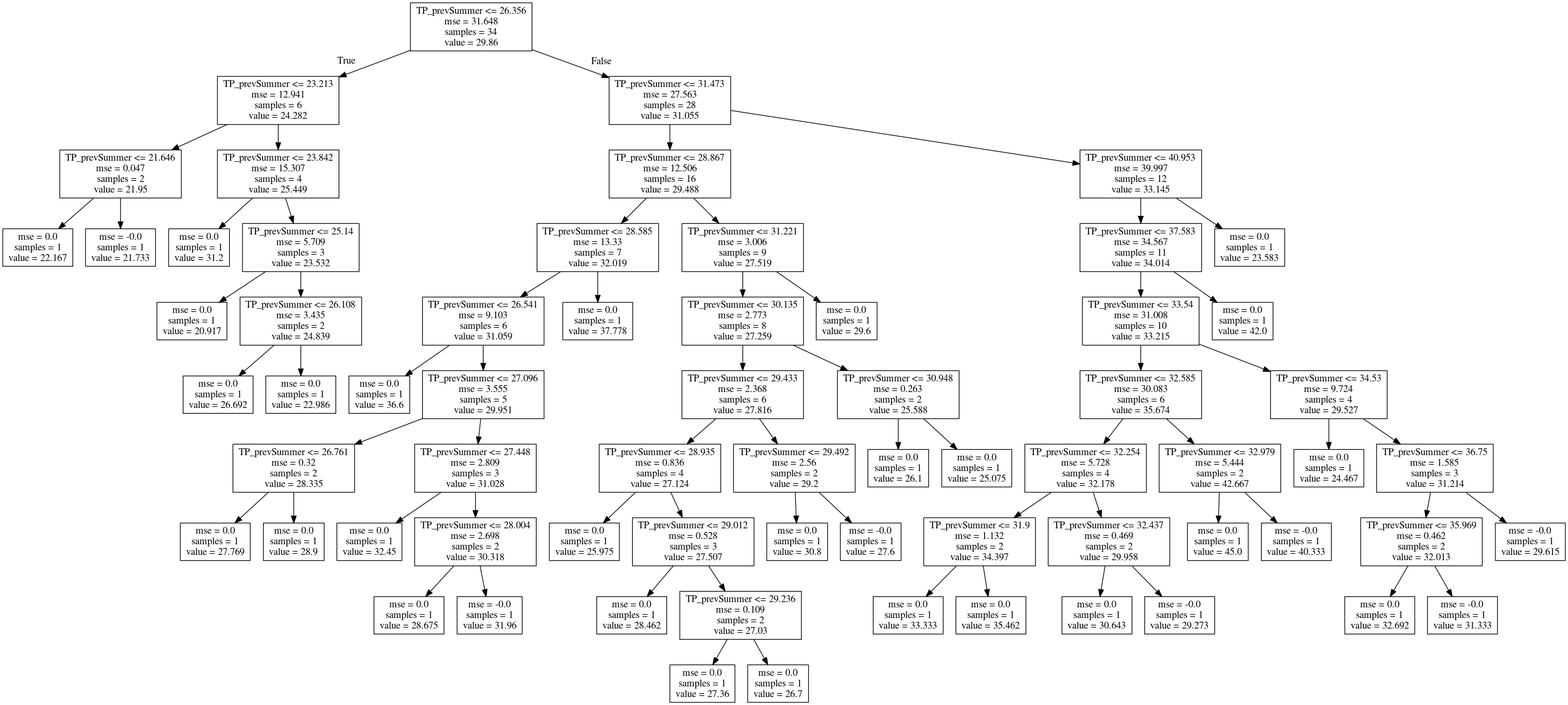
icra/WATExR keeps this Graphviz diagram as Norway_Morsa/Model_Development/Figures/Discretization_regTrees/summ_TP-TP_prevSummer.png. Above is the earlier version. Its source is kept beside it as Norway_Morsa/Model_Development/Figures/Discretization_regTrees/summ_TP-TP_prevSummer.dot.
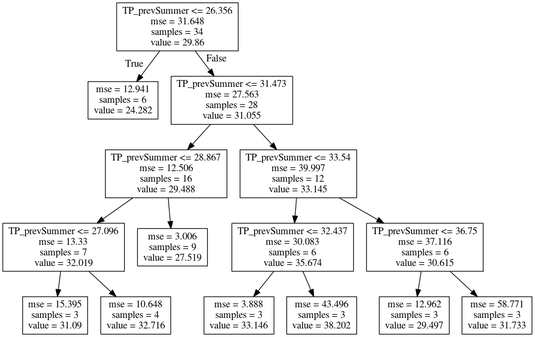
The same file after the commit.

What changed in the source:
```diff
@@ -1,136 +1,32 @@
 digraph Tree {
 node [shape=box] ;
 0 [label="TP_prevSummer <= 26.356\nmse = 31.648\nsamples = 34\nvalue = 29.86"] ;
-1 [label="TP_prevSummer <= 23.213\nmse = 12.941\nsamples = 6\nvalue = 24.282"] ;
+1 [label="mse = 12.941\nsamples = 6\nvalue = 24.282"] ;
 0 -> 1 [labeldistance=2.5, labelangle=45, headlabel="True"] ;
-2 [label="TP_prevSummer <= 21.646\nmse = 0.047\nsamples = 2\nvalue = 21.95"] ;
-1 -> 2 ;
-3 [label="mse = 0.0\nsamples = 1\nvalue = 22.167"] ;
+2 [label="TP_prevSummer <= 31.473\nmse = 27.563\nsamples = 28\nvalue = 31.055"] ;
+0 -> 2 [labeldistance=2.5, labelangle=-45, headlabel="False"] ;
+3 [label="TP_prevSummer <= 28.867\nmse = 12.506\nsamples = 16\nvalue = 29.488"] ;
 2 -> 3 ;
-4 [label="mse = -0.0\nsamples = 1\nvalue = 21.733"] ;
+5 [label="TP_prevSummer <= 27.096\nmse = 13.33\nsamples = 7\nvalue = 32.019"] ;
+3 -> 5 ;
+13 [label="mse = 15.395\nsamples = 3\nvalue = 31.09"] ;
+5 -> 13 ;
+14 [label="mse = 10.648\nsamples = 4\nvalue = 32.716"] ;
+5 -> 14 ;
+6 [label="mse = 3.006\nsamples = 9\nvalue = 27.519"] ;
+3 -> 6 ;
+4 [label="TP_prevSummer <= 33.54\nmse = 39.997\nsamples = 12\nvalue = 33.145"] ;
 2 -> 4 ;
-5 [label="TP_prevSummer <= 23.842\nmse = 15.307\nsamples = 4\nvalue = 25.449"] ;
-1 -> 5 ;
-6 [label="mse = 0.0\nsamples = 1\nvalue = 31.2"] ;
-5 -> 6 ;
-7 [label="TP_prevSummer <= 25.14\nmse = 5.709\nsamples = 3\nvalue = 23.532"] ;
-5 -> 7 ;
-8 [label="mse = 0.0\nsamples = 1\nvalue = 20.917"] ;
-7 -> 8 ;
-9 [label="TP_prevSummer <= 26.108\nmse = 3.435\nsamples = 2\nvalue = 24.839"] ;
+7 [label="TP_prevSummer <= 32.437\nmse = 30.083\nsamples = 6\nvalue = 35.674"] ;
+4 -> 7 ;
+9 [label="mse = 3.888\nsamples = 3\nvalue = 33.146"] ;
 7 -> 9 ;
-10 [label="mse = 0.0\nsamples = 1\nvalue = 26.692"] ;
-9 -> 10 ;
-11 [label="mse = 0.0\nsamples = 1\nvalue = 22.986"] ;
-9 -> 11 ;
-12 [label="TP_prevSummer <= 31.473\nmse = 27.563\nsamples = 28\nvalue = 31.055"] ;
-0 -> 12 [labeldistance=2.5, labelangle=-45, headlabel="False"] ;
-13 [label="TP_prevSummer <= 28.867\nmse = 12.506\nsamples = 16\nvalue = 29.488"] ;
-12 -> 13 ;
-14 [label="TP_prevSummer <= 28.585\nmse = 13.33\nsamples = 7\nvalue = 32.019"] ;
-13 -> 14 ;
-15 [label="TP_prevSummer <= 26.541\nmse = 9.103\nsamples = 6\nvalue = 31.059"] ;
-14 -> 15 ;
-16 [label="mse = 0.0\nsamples = 1\nvalue = 36.6"] ;
-15 -> 16 ;
-17 [label="TP_prevSummer <= 27.096\nmse = 3.555\nsamples = 5\nvalue = 29.951"] ;
-15 -> 17 ;
-18 [label="TP_prevSummer <= 26.761\nmse = 0.32\nsamples = 2\nvalue = 28.335"] ;
-17 -> 18 ;
-19 [label="mse = 0.0\nsamples = 1\nvalue = 27.769"] ;
-18 -> 19 ;
-20 [label="mse = 0.0\nsamples = 1\nvalue = 28.9"] ;
-18 -> 20 ;
-21 [label="TP_prevSummer <= 27.448\nmse = 2.809\nsamples = 3\nvalue = 31.028"] ;
-17 -> 21 ;
-22 [label="mse = 0.0\nsamples = 1\nvalue = 32.45"] ;
-21 -> 22 ;
-23 [label="TP_prevSummer <= 28.004\nmse = 2.698\nsamples = 2\nvalue = 30.318"] ;
-21 -> 23 ;
-24 [label="mse = 0.0\nsamples = 1\nvalue = 28.675"] ;
-23 -> 24 ;
-25 [label="mse = -0.0\nsamples = 1\nvalue = 31.96"] ;
-23 -> 25 ;
-26 [label="mse = 0.0\nsamples = 1\nvalue = 37.778"] ;
-14 -> 26 ;
-27 [label="TP_prevSummer <= 31.221\nmse = 3.006\nsamples = 9\nvalue = 27.519"] ;
-13 -> 27 ;
-28 [label="TP_prevSummer <= 30.135\nmse = 2.773\nsamples = 8\nvalue = 27.259"] ;
-27 -> 28 ;
-29 [label="TP_prevSummer <= 29.433\nmse = 2.368\nsamples = 6\nvalue = 27.816"] ;
-28 -> 29 ;
-30 [label="TP_prevSummer <= 28.935\nmse = 0.836\nsamples = 4\nvalue = 27.124"] ;
-29 -> 30 ;
-31 [label="mse = 0.0\nsamples = 1\nvalue = 25.975"] ;
-30 -> 31 ;
-32 [label="TP_prevSummer <= 29.012\nmse = 0.528\nsamples = 3\nvalue = 27.507"] ;
-30 -> 32 ;
-33 [label="mse = 0.0\nsamples = 1\nvalue = 28.462"] ;
-32 -> 33 ;
-34 [label="TP_prevSummer <= 29.236\nmse = 0.109\nsamples = 2\nvalue = 27.03"] ;
-32 -> 34 ;
-35 [label="mse = 0.0\nsamples = 1\nvalue = 27.36"] ;
-34 -> 35 ;
-36 [label="mse = 0.0\nsamples = 1\nvalue = 26.7"] ;
-34 -> 36 ;
-37 [label="TP_prevSummer <= 29.492\nmse = 2.56\nsamples = 2\nvalue = 29.2"] ;
-29 -> 37 ;
-38 [label="mse = 0.0\nsamples = 1\nvalue = 30.8"] ;
-37 -> 38 ;
-39 [label="mse = -0.0\nsamples = 1\nvalue = 27.6"] ;
-37 -> 39 ;
-40 [label="TP_prevSummer <= 30.948\nmse = 0.263\nsamples = 2\nvalue = 25.588"] ;
-28 -> 40 ;
-41 [label="mse = 0.0\nsamples = 1\nvalue = 26.1"] ;
-40 -> 41 ;
-42 [label="mse = 0.0\nsamples = 1\nvalue = 25.075"] ;
-40 -> 42 ;
-43 [label="mse = 0.0\nsamples = 1\nvalue = 29.6"] ;
-27 -> 43 ;
-44 [label="TP_prevSummer <= 40.953\nmse = 39.997\nsamples = 12\nvalue = 33.145"] ;
-12 -> 44 ;
-45 [label="TP_prevSummer <= 37.583\nmse = 34.567\nsamples = 11\nvalue = 34.014"] ;
-44 -> 45 ;
-46 [label="TP_prevSummer <= 33.54\nmse = 31.008\nsamples = 10\nvalue = 33.215"] ;
-45 -> 46 ;
-47 [label="TP_prevSummer <= 32.585\nmse = 30.083\nsamples = 6\nvalue = 35.674"] ;
-46 -> 47 ;
-48 [label="TP_prevSummer <= 32.254\nmse = 5.728\nsamples = 4\nvalue = 32.178"] ;
-47 -> 48 ;
-49 [label="TP_prevSummer <= 31.9\nmse = 1.132\nsamples = 2\nvalue = 34.397"] ;
-48 -> 49 ;
-50 [label="mse = 0.0\nsamples = 1\nvalue = 33.333"] ;
-49 -> 50 ;
-51 [label="mse = 0.0\nsamples = 1\nvalue = 35.462"] ;
-49 -> 51 ;
-52 [label="TP_prevSummer <= 32.437\nmse = 0.469\nsamples = 2\nvalue = 29.958"] ;
-48 -> 52 ;
-53 [label="mse = 0.0\nsamples = 1\nvalue = 30.643"] ;
-52 -> 53 ;
-54 [label="mse = -0.0\nsamples = 1\nvalue = 29.273"] ;
-52 -> 54 ;
-55 [label="TP_prevSummer <= 32.979\nmse = 5.444\nsamples = 2\nvalue = 42.667"] ;
-47 -> 55 ;
-56 [label="mse = 0.0\nsamples = 1\nvalue = 45.0"] ;
-55 -> 56 ;
-57 [label="mse = -0.0\nsamples = 1\nvalue = 40.333"] ;
-55 -> 57 ;
-58 [label="TP_prevSummer <= 34.53\nmse = 9.724\nsamples = 4\nvalue = 29.527"] ;
-46 -> 58 ;
-59 [label="mse = 0.0\nsamples = 1\nvalue = 24.467"] ;
-58 -> 59 ;
-60 [label="TP_prevSummer <= 36.75\nmse = 1.585\nsamples = 3\nvalue = 31.214"] ;
-58 -> 60 ;
-61 [label="TP_prevSummer <= 35.969\nmse = 0.462\nsamples = 2\nvalue = 32.013"] ;
-60 -> 61 ;
-62 [label="mse = 0.0\nsamples = 1\nvalue = 32.692"] ;
-61 -> 62 ;
-63 [label="mse = -0.0\nsamples = 1\nvalue = 31.333"] ;
-61 -> 63 ;
-64 [label="mse = -0.0\nsamples = 1\nvalue = 29.615"] ;
-60 -> 64 ;
-65 [label="mse = 0.0\nsamples = 1\nvalue = 42.0"] ;
-45 -> 65 ;
-66 [label="mse = 0.0\nsamples = 1\nvalue = 23.583"] ;
-44 -> 66 ;
+10 [label="mse = 43.496\nsamples = 3\nvalue = 38.202"] ;
+7 -> 10 ;
+8 [label="TP_prevSummer <= 36.75\nmse = 37.116\nsamples = 6\nvalue = 30.615"] ;
+4 -> 8 ;
+11 [label="mse = 12.962\nsamples = 3\nvalue = 29.497"] ;
+8 -> 11 ;
+12 [label="mse = 58.771\nsamples = 3\nvalue = 31.733"] ;
+8 -> 12 ;
 }
```
